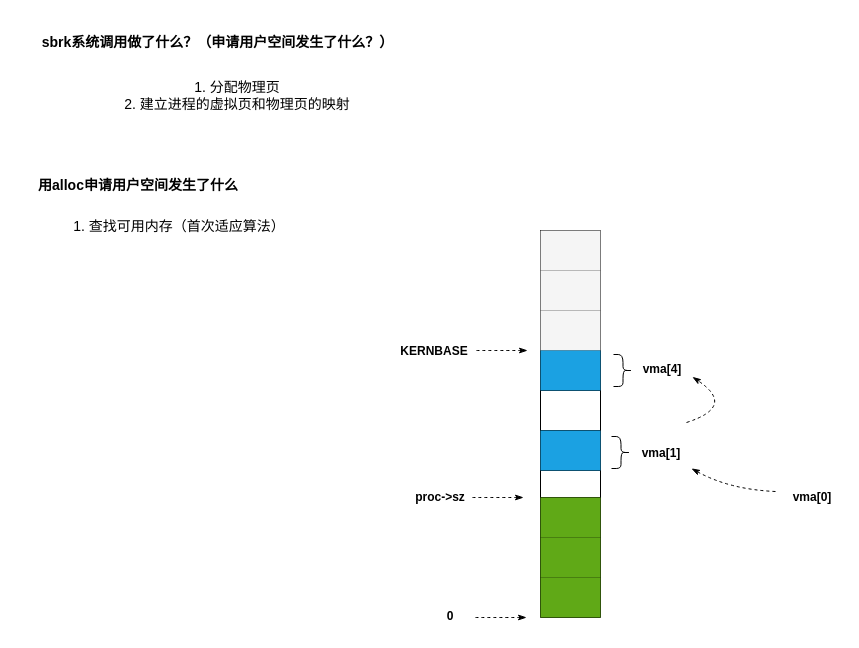
Before: 操作系统.drawio in jujubos/drawio, a draw.io diagram. Source tidied: cells renumbered, new cells numbered last; positions are measured from the earlier drawing's top-left corner, leaving out a move shared by most shapes. Both pictures are drawn from the tidied source at 100%, with x=0, y=0 at pixel (17, 17).
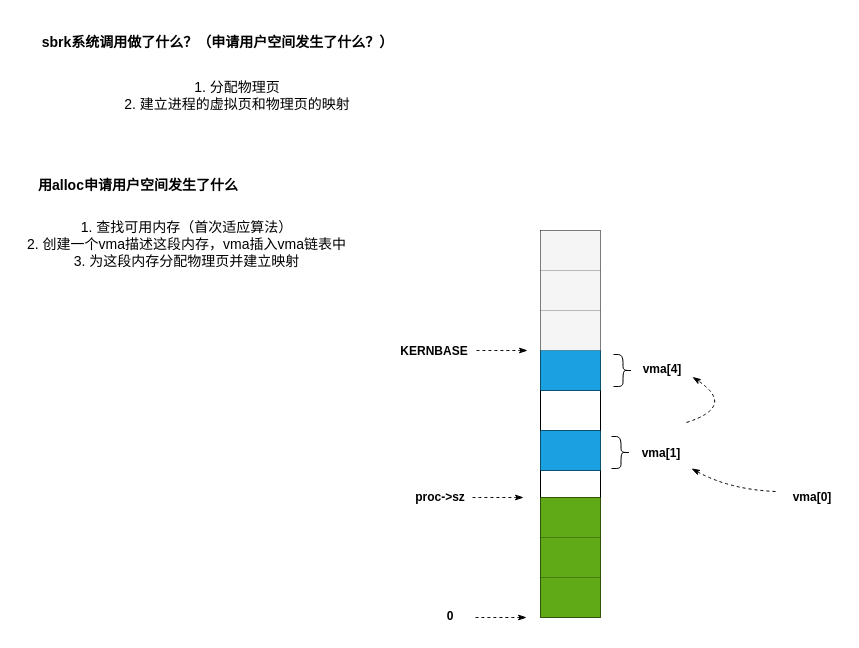
The same page after the edit.

Commit message (it also covers changes not shown here):
更新操作系统.drawio

Change to the diagram source:
```diff
@@
-    <mxCell id="5" value="1. 查找可用内存（首次适应算法）" style="text;strokeColor=none;fillColor=none;html=1;align=center;verticalAlign=middle;whiteSpace=wrap;rounded=0;fontSize=14;fontFamily=Helvetica;fontColor=default;" parent="1" vertex="1">
-      <mxGeometry x="31" y="197" width="262" height="23" as="geometry" />
+    <mxCell id="5" value="1. 查找可用内存（首次适应算法）&lt;br&gt;2. 创建一个vma描述这段内存，vma插入vma链表中&lt;br&gt;3. 为这段内存分配物理页并建立映射" style="text;strokeColor=none;fillColor=none;html=1;align=center;verticalAlign=middle;whiteSpace=wrap;rounded=0;fontSize=14;fontFamily=Helvetica;fontColor=default;" parent="1" vertex="1">
+      <mxGeometry x="4" y="207" width="331" height="39" as="geometry" />
     </mxCell>
```
